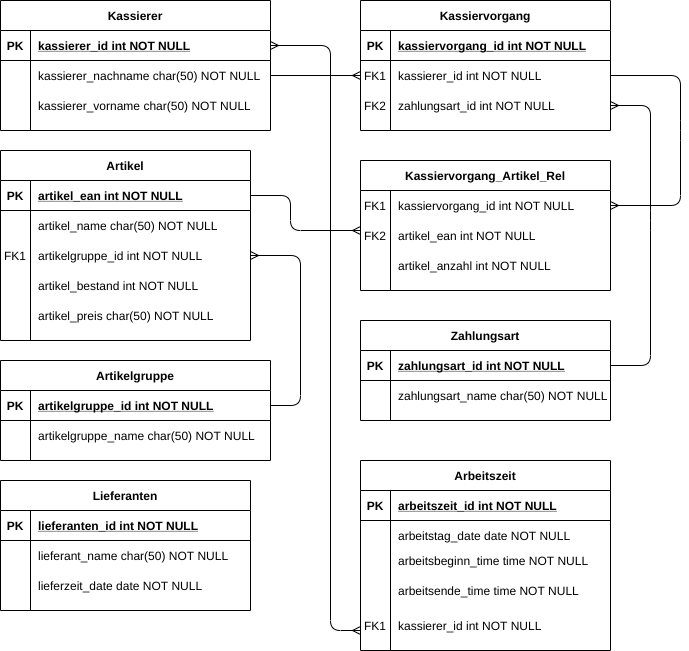
Earlier version of the draw.io export db/Kassiersystem.png (CodaCodalis/turbo-carnym-val). Source tidied: cells renumbered, new cells last; positions are measured from the earlier drawing's top-left corner, leaving out a move shared by most shapes.
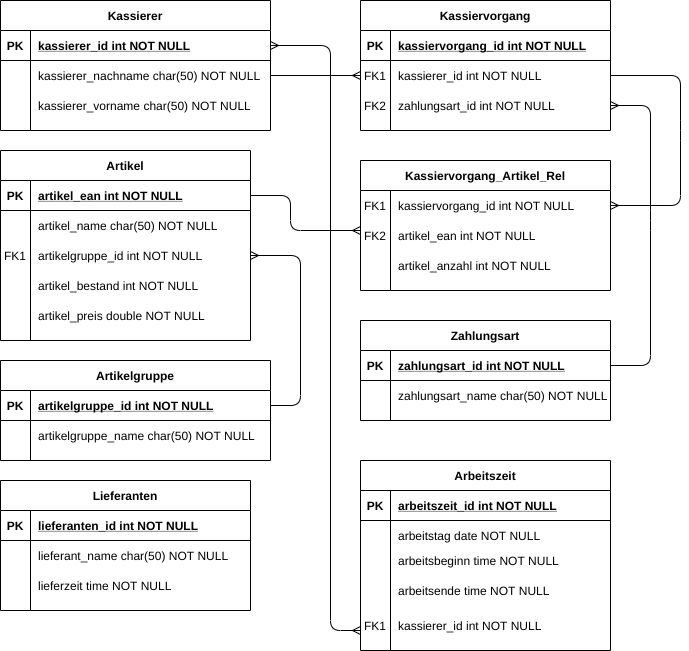
Later version of the same file.

Commit message:
kleinere Korrektur

The edit, as a diff of the source:
```diff
@@ -5,10 +5,10 @@
     <mxCell id="2" value="kassierer_vorname char(50) NOT NULL" style="shape=partialRectangle;overflow=hidden;fillColor=none;top=0;left=0;bottom=0;right=0;align=left;spacingLeft=6;" parent="1" vertex="1">
       <mxGeometry x="30" y="90" width="220" height="30" as="geometry" />
     </mxCell>
-    <mxCell id="3" value="artikel_preis char(50) NOT NULL" style="shape=partialRectangle;overflow=hidden;fillColor=none;top=0;left=0;bottom=0;right=0;align=left;spacingLeft=6;" parent="1" vertex="1">
+    <mxCell id="3" value="artikel_preis double NOT NULL" style="shape=partialRectangle;overflow=hidden;fillColor=none;top=0;left=0;bottom=0;right=0;align=left;spacingLeft=6;" parent="1" vertex="1">
       <mxGeometry x="30" y="300" width="220" height="30" as="geometry" />
     </mxCell>
-    <mxCell id="4" value="lieferzeit_date date NOT NULL" style="shape=partialRectangle;overflow=hidden;fillColor=none;top=0;left=0;bottom=0;right=0;align=left;spacingLeft=6;" parent="1" vertex="1">
+    <mxCell id="4" value="lieferzeit time NOT NULL" style="shape=partialRectangle;overflow=hidden;fillColor=none;top=0;left=0;bottom=0;right=0;align=left;spacingLeft=6;" parent="1" vertex="1">
       <mxGeometry x="30" y="570" width="220" height="30" as="geometry" />
     </mxCell>
     <mxCell id="5" value="artikel_bestand int NOT NULL" style="shape=partialRectangle;overflow=hidden;fillColor=none;top=0;left=0;bottom=0;right=0;align=left;spacingLeft=6;" parent="1" vertex="1">
@@ -53,10 +53,10 @@
     <mxCell id="18" value="kassierer_nachname char(50) NOT NULL" style="shape=partialRectangle;overflow=hidden;fillColor=none;top=0;left=0;bottom=0;right=0;align=left;spacingLeft=6;" parent="16" vertex="1">
       <mxGeometry x="30" width="240" height="30" as="geometry" />
     </mxCell>
-    <mxCell id="19" value="arbeitsende_time time NOT NULL" style="shape=partialRectangle;overflow=hidden;fillColor=none;top=0;left=0;bottom=0;right=0;align=left;spacingLeft=6;" parent="1" vertex="1">
+    <mxCell id="19" value="arbeitsende time NOT NULL" style="shape=partialRectangle;overflow=hidden;fillColor=none;top=0;left=0;bottom=0;right=0;align=left;spacingLeft=6;" parent="1" vertex="1">
       <mxGeometry x="390" y="575" width="220" height="30" as="geometry" />
     </mxCell>
-    <mxCell id="20" value="arbeitsbeginn_time time NOT NULL" style="shape=partialRectangle;overflow=hidden;fillColor=none;top=0;left=0;bottom=0;right=0;align=left;spacingLeft=6;" parent="1" vertex="1">
+    <mxCell id="20" value="arbeitsbeginn time NOT NULL" style="shape=partialRectangle;overflow=hidden;fillColor=none;top=0;left=0;bottom=0;right=0;align=left;spacingLeft=6;" parent="1" vertex="1">
       <mxGeometry x="390" y="545" width="220" height="30" as="geometry" />
     </mxCell>
     <mxCell id="21" style="shape=partialRectangle;fillColor=none;top=0;left=0;right=0;bottom=0;" parent="1" vertex="1">
@@ -259,7 +259,7 @@
     <mxCell id="79" style="shape=partialRectangle;overflow=hidden;fillColor=none;top=0;left=0;bottom=0;right=0;" parent="78" vertex="1">
       <mxGeometry width="30" height="30" as="geometry" />
     </mxCell>
-    <mxCell id="80" value="arbeitstag_date date NOT NULL" style="shape=partialRectangle;overflow=hidden;fillColor=none;top=0;left=0;bottom=0;right=0;align=left;spacingLeft=6;" parent="78" vertex="1">
+    <mxCell id="80" value="arbeitstag date NOT NULL" style="shape=partialRectangle;overflow=hidden;fillColor=none;top=0;left=0;bottom=0;right=0;align=left;spacingLeft=6;" parent="78" vertex="1">
       <mxGeometry x="30" width="220" height="30" as="geometry" />
     </mxCell>
     <mxCell id="81" value="artikel_anzahl int NOT NULL" style="shape=partialRectangle;overflow=hidden;fillColor=none;top=0;left=0;bottom=0;right=0;align=left;spacingLeft=6;" parent="1" vertex="1">
```
